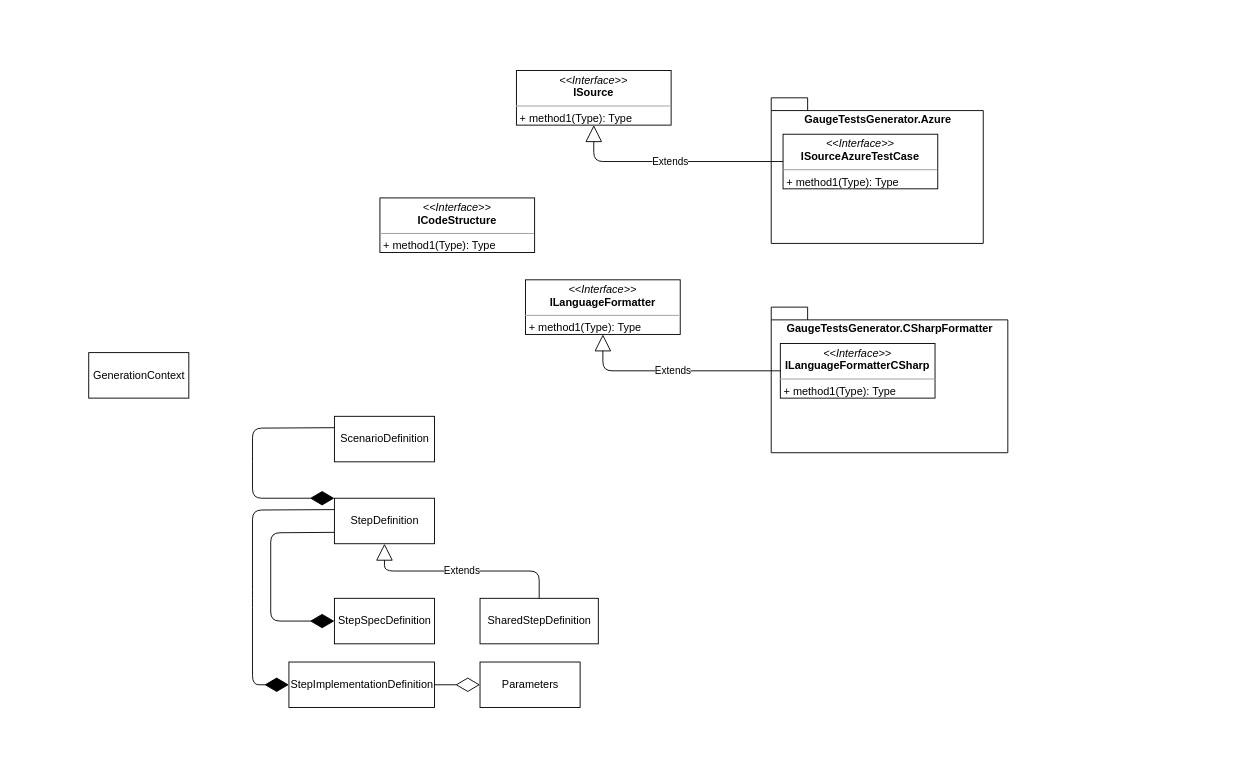
ggimenes/gauge-tests-generator keeps this draw.io diagram as generator-class-diagram.drawio. Above is the earlier version. Source tidied: cells renumbered, new cells numbered last; positions are measured from the earlier drawing's top-left corner, leaving out a move shared by most shapes. Both pictures are drawn from the tidied source at 91%, with x=0, y=0 at pixel (88, 70).
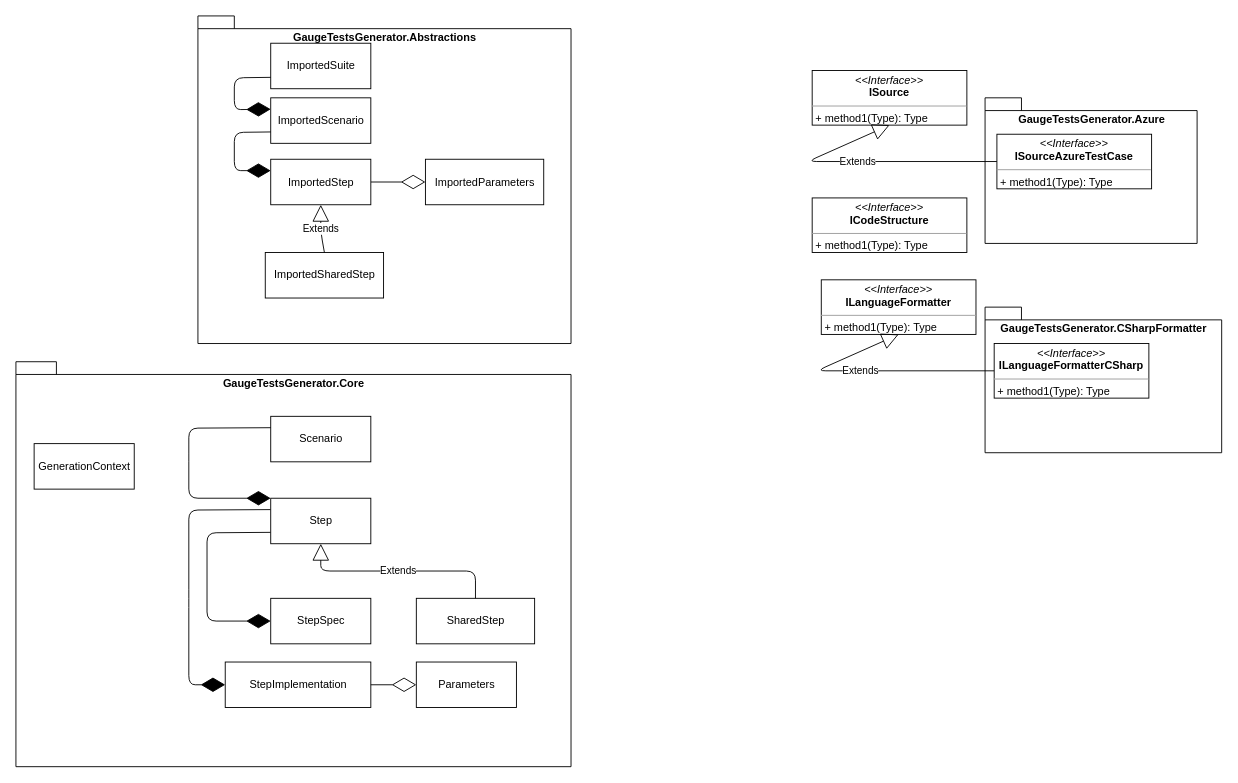
The same page after the edit.

Commit message (it also covers changes not shown here):
Updating system context diagram

The edit, as a diff of the source:
```diff
@@
+    <mxCell id="23" value="GaugeTestsGenerator.Abstractions" style="shape=folder;fontStyle=1;spacingTop=10;tabWidth=40;tabHeight=14;tabPosition=left;html=1;verticalAlign=top;sketch=0;shadow=0;" parent="1" vertex="1">
+      <mxGeometry x="120" y="-60" width="410" height="360" as="geometry" />
+    </mxCell>
     <mxCell id="2" value="GaugeTestsGenerator.CSharpFormatter" style="shape=folder;fontStyle=1;spacingTop=10;tabWidth=40;tabHeight=14;tabPosition=left;html=1;verticalAlign=top;" parent="1" vertex="1">
-      <mxGeometry x="750" y="260" width="260" height="160" as="geometry" />
+      <mxGeometry x="985" y="260" width="260" height="160" as="geometry" />
     </mxCell>
     <mxCell id="3" value="&lt;p style=&quot;margin: 0px ; margin-top: 4px ; text-align: center&quot;&gt;&lt;i&gt;&amp;lt;&amp;lt;Interface&amp;gt;&amp;gt;&lt;/i&gt;&lt;br&gt;&lt;b&gt;ISource&lt;/b&gt;&lt;/p&gt;&lt;hr size=&quot;1&quot;&gt;&lt;p style=&quot;margin: 0px ; margin-left: 4px&quot;&gt;&lt;/p&gt;&lt;p style=&quot;margin: 0px ; margin-left: 4px&quot;&gt;+ method1(Type): Type&lt;/p&gt;" style="verticalAlign=top;align=left;overflow=fill;fontSize=12;fontFamily=Helvetica;html=1;" parent="1" vertex="1">
-      <mxGeometry x="470" width="170" height="60" as="geometry" />
+      <mxGeometry x="795" width="170" height="60" as="geometry" />
     </mxCell>
     <mxCell id="4" value="&lt;p style=&quot;margin: 0px ; margin-top: 4px ; text-align: center&quot;&gt;&lt;i&gt;&amp;lt;&amp;lt;Interface&amp;gt;&amp;gt;&lt;/i&gt;&lt;br&gt;&lt;b&gt;ILanguageFormatter&lt;/b&gt;&lt;/p&gt;&lt;hr size=&quot;1&quot;&gt;&lt;p style=&quot;margin: 0px ; margin-left: 4px&quot;&gt;&lt;/p&gt;&lt;p style=&quot;margin: 0px ; margin-left: 4px&quot;&gt;+ method1(Type): Type&lt;/p&gt;" style="verticalAlign=top;align=left;overflow=fill;fontSize=12;fontFamily=Helvetica;html=1;" parent="1" vertex="1">
-      <mxGeometry x="480" y="230" width="170" height="60" as="geometry" />
+      <mxGeometry x="805" y="230" width="170" height="60" as="geometry" />
     </mxCell>
     <mxCell id="5" value="&lt;p style=&quot;margin: 0px ; margin-top: 4px ; text-align: center&quot;&gt;&lt;i&gt;&amp;lt;&amp;lt;Interface&amp;gt;&amp;gt;&lt;/i&gt;&lt;br&gt;&lt;b&gt;ILanguageFormatterCSharp&lt;/b&gt;&lt;/p&gt;&lt;hr size=&quot;1&quot;&gt;&lt;p style=&quot;margin: 0px ; margin-left: 4px&quot;&gt;&lt;/p&gt;&lt;p style=&quot;margin: 0px ; margin-left: 4px&quot;&gt;+ method1(Type): Type&lt;/p&gt;" style="verticalAlign=top;align=left;overflow=fill;fontSize=12;fontFamily=Helvetica;html=1;" parent="1" vertex="1">
-      <mxGeometry x="760" y="300" width="170" height="60" as="geometry" />
+      <mxGeometry x="995" y="300" width="170" height="60" as="geometry" />
     </mxCell>
     <mxCell id="6" value="GaugeTestsGenerator.Azure" style="shape=folder;fontStyle=1;spacingTop=10;tabWidth=40;tabHeight=14;tabPosition=left;html=1;verticalAlign=top;" parent="1" vertex="1">
-      <mxGeometry x="750" y="30" width="233" height="160" as="geometry" />
+      <mxGeometry x="985" y="30" width="233" height="160" as="geometry" />
     </mxCell>
     <mxCell id="7" value="&lt;p style=&quot;margin: 0px ; margin-top: 4px ; text-align: center&quot;&gt;&lt;i&gt;&amp;lt;&amp;lt;Interface&amp;gt;&amp;gt;&lt;/i&gt;&lt;br&gt;&lt;b&gt;ISourceAzureTestCase&lt;/b&gt;&lt;/p&gt;&lt;hr size=&quot;1&quot;&gt;&lt;p style=&quot;margin: 0px ; margin-left: 4px&quot;&gt;&lt;/p&gt;&lt;p style=&quot;margin: 0px ; margin-left: 4px&quot;&gt;+ method1(Type): Type&lt;/p&gt;" style="verticalAlign=top;align=left;overflow=fill;fontSize=12;fontFamily=Helvetica;html=1;" parent="1" vertex="1">
-      <mxGeometry x="763" y="70" width="170" height="60" as="geometry" />
+      <mxGeometry x="998" y="70" width="170" height="60" as="geometry" />
     </mxCell>
     <mxCell id="8" value="&lt;p style=&quot;margin: 0px ; margin-top: 4px ; text-align: center&quot;&gt;&lt;i&gt;&amp;lt;&amp;lt;Interface&amp;gt;&amp;gt;&lt;/i&gt;&lt;br&gt;&lt;b&gt;ICodeStructure&lt;/b&gt;&lt;/p&gt;&lt;hr size=&quot;1&quot;&gt;&lt;p style=&quot;margin: 0px ; margin-left: 4px&quot;&gt;&lt;/p&gt;&lt;p style=&quot;margin: 0px ; margin-left: 4px&quot;&gt;+ method1(Type): Type&lt;/p&gt;" style="verticalAlign=top;align=left;overflow=fill;fontSize=12;fontFamily=Helvetica;html=1;" parent="1" vertex="1">
-      <mxGeometry x="320" y="140" width="170" height="60" as="geometry" />
+      <mxGeometry x="795" y="140" width="170" height="60" as="geometry" />
     </mxCell>
-    <mxCell id="9" value="StepSpecDefinition" style="html=1;" parent="1" vertex="1">
-      <mxGeometry x="270" y="580" width="110" height="50" as="geometry" />
-    </mxCell>
+    <mxCell id="14" value="Extends" style="endArrow=block;endSize=16;endFill=0;html=1;entryX=0.5;entryY=1;entryDx=0;entryDy=0;exitX=0;exitY=0.5;exitDx=0;exitDy=0;" parent="1" edge="1" source="5" target="4">
+      <mxGeometry relative="1" as="geometry">
+        <Array as="points">
+          <mxPoint x="800" y="330" />
+        </Array>
+      </mxGeometry>
+    </mxCell>
+    <mxCell id="15" value="Extends" style="endArrow=block;endSize=16;endFill=0;html=1;exitX=0;exitY=0.5;exitDx=0;exitDy=0;entryX=0.5;entryY=1;entryDx=0;entryDy=0;" parent="1" edge="1" source="7" target="3">
+      <mxGeometry relative="1" as="geometry">
+        <Array as="points">
+          <mxPoint x="790" y="100" />
+        </Array>
+      </mxGeometry>
+    </mxCell>
-    <mxCell id="10" value="ScenarioDefinition" style="html=1;" parent="1" vertex="1">
-      <mxGeometry x="270" y="380" width="110" height="50" as="geometry" />
+    <mxCell id="10" value="ImportedScenario" style="html=1;" parent="1" vertex="1">
+      <mxGeometry x="200" y="30" width="110" height="50" as="geometry" />
     </mxCell>
-    <mxCell id="11" value="SharedStepDefinition" style="html=1;" parent="1" vertex="1">
-      <mxGeometry x="430" y="580" width="130" height="50" as="geometry" />
+    <mxCell id="11" value="ImportedSharedStep" style="html=1;" parent="1" vertex="1">
+      <mxGeometry x="194" y="200" width="130" height="50" as="geometry" />
     </mxCell>
-    <mxCell id="12" value="StepImplementationDefinition" style="html=1;" parent="1" vertex="1">
-      <mxGeometry x="220" y="650" width="160" height="50" as="geometry" />
-    </mxCell>
-    <mxCell id="13" value="Parameters" style="html=1;" parent="1" vertex="1">
-      <mxGeometry x="430" y="650" width="110" height="50" as="geometry" />
+    <mxCell id="13" value="ImportedParameters" style="html=1;" parent="1" vertex="1">
+      <mxGeometry x="370" y="97.5" width="130" height="50" as="geometry" />
     </mxCell>
-    <mxCell id="14" value="Extends" style="endArrow=block;endSize=16;endFill=0;html=1;entryX=0.5;entryY=1;entryDx=0;entryDy=0;exitX=0;exitY=0.5;exitDx=0;exitDy=0;" parent="1" edge="1" source="5" target="4">
-      <mxGeometry relative="1" as="geometry">
-        <Array as="points">
-          <mxPoint x="565" y="330" />
-        </Array>
-      </mxGeometry>
-    </mxCell>
-    <mxCell id="15" value="Extends" style="endArrow=block;endSize=16;endFill=0;html=1;exitX=0;exitY=0.5;exitDx=0;exitDy=0;entryX=0.5;entryY=1;entryDx=0;entryDy=0;" parent="1" edge="1" source="7" target="3">
-      <mxGeometry relative="1" as="geometry">
-        <Array as="points">
-          <mxPoint x="555" y="100" />
-        </Array>
-      </mxGeometry>
-    </mxCell>
-    <mxCell id="16" style="endArrow=diamondThin;endFill=0;endSize=24;html=1;entryX=0;entryY=0.5;entryDx=0;entryDy=0;exitX=1;exitY=0.5;exitDx=0;exitDy=0;" parent="1" edge="1" source="12" target="13">
+    <mxCell id="16" style="endArrow=diamondThin;endFill=0;endSize=24;html=1;entryX=0;entryY=0.5;entryDx=0;entryDy=0;exitX=1;exitY=0.5;exitDx=0;exitDy=0;" parent="1" edge="1" source="19" target="13">
       <mxGeometry relative="1" as="geometry" />
     </mxCell>
-    <mxCell id="17" style="endArrow=diamondThin;endFill=1;endSize=24;html=1;exitX=0;exitY=0.75;exitDx=0;exitDy=0;entryX=0;entryY=0.5;entryDx=0;entryDy=0;" parent="1" edge="1" source="19" target="9">
-      <mxGeometry relative="1" as="geometry">
-        <Array as="points">
-          <mxPoint x="200" y="508" />
-          <mxPoint x="200" y="605" />
-        </Array>
-      </mxGeometry>
-    </mxCell>
-    <mxCell id="18" style="endArrow=diamondThin;endFill=1;endSize=24;html=1;exitX=0;exitY=0.25;exitDx=0;exitDy=0;entryX=0;entryY=0.5;entryDx=0;entryDy=0;" parent="1" edge="1" source="19" target="12">
-      <mxGeometry relative="1" as="geometry">
-        <Array as="points">
-          <mxPoint x="180" y="483" />
-          <mxPoint x="180" y="580" />
-          <mxPoint x="180" y="675" />
-        </Array>
-      </mxGeometry>
-    </mxCell>
-    <mxCell id="19" value="StepDefinition" style="html=1;" parent="1" vertex="1">
-      <mxGeometry x="270" y="470" width="110" height="50" as="geometry" />
+    <mxCell id="19" value="ImportedStep" style="html=1;" parent="1" vertex="1">
+      <mxGeometry x="200" y="97.5" width="110" height="50" as="geometry" />
     </mxCell>
     <mxCell id="20" value="Extends" style="endArrow=block;endSize=16;endFill=0;html=1;entryX=0.5;entryY=1;entryDx=0;entryDy=0;exitX=0.5;exitY=0;exitDx=0;exitDy=0;" parent="1" edge="1" source="11" target="19">
       <mxGeometry relative="1" as="geometry">
         <Array as="points">
-          <mxPoint x="495" y="550" />
-          <mxPoint x="325" y="550" />
+          <mxPoint x="255" y="177.5" />
         </Array>
       </mxGeometry>
     </mxCell>
-    <mxCell id="21" style="endArrow=diamondThin;endFill=1;endSize=24;html=1;exitX=0;exitY=0.25;exitDx=0;exitDy=0;entryX=0;entryY=0;entryDx=0;entryDy=0;" parent="1" edge="1" source="10" target="19">
+    <mxCell id="21" style="endArrow=diamondThin;endFill=1;endSize=24;html=1;exitX=0;exitY=0.75;exitDx=0;exitDy=0;entryX=0;entryY=0.25;entryDx=0;entryDy=0;" parent="1" edge="1" source="10" target="19">
       <mxGeometry relative="1" as="geometry">
         <Array as="points">
-          <mxPoint x="180" y="393" />
-          <mxPoint x="180" y="420" />
-          <mxPoint x="180" y="470" />
+          <mxPoint x="160" y="68" />
+          <mxPoint x="160" y="110" />
         </Array>
       </mxGeometry>
     </mxCell>
+    <mxCell id="24" value="GaugeTestsGenerator.Core" style="shape=folder;fontStyle=1;spacingTop=10;tabWidth=40;tabHeight=14;tabPosition=left;html=1;verticalAlign=top;" parent="1" vertex="1">
+      <mxGeometry x="-80" y="320" width="610" height="445" as="geometry" />
+    </mxCell>
     <mxCell id="22" value="GenerationContext" style="html=1;" parent="1" vertex="1">
-      <mxGeometry y="310" width="110" height="50" as="geometry" />
+      <mxGeometry x="-60" y="410" width="110" height="50" as="geometry" />
     </mxCell>
+    <mxCell id="25" value="StepSpec" style="html=1;" parent="1" vertex="1">
+      <mxGeometry x="200" y="580" width="110" height="50" as="geometry" />
+    </mxCell>
+    <mxCell id="26" value="Scenario" style="html=1;" parent="1" vertex="1">
+      <mxGeometry x="200" y="380" width="110" height="50" as="geometry" />
+    </mxCell>
+    <mxCell id="27" value="SharedStep" style="html=1;" parent="1" vertex="1">
+      <mxGeometry x="360" y="580" width="130" height="50" as="geometry" />
+    </mxCell>
+    <mxCell id="28" value="StepImplementation" style="html=1;" parent="1" vertex="1">
+      <mxGeometry x="150" y="650" width="160" height="50" as="geometry" />
+    </mxCell>
+    <mxCell id="29" value="Parameters" style="html=1;" parent="1" vertex="1">
+      <mxGeometry x="360" y="650" width="110" height="50" as="geometry" />
+    </mxCell>
+    <mxCell id="30" style="endArrow=diamondThin;endFill=0;endSize=24;html=1;entryX=0;entryY=0.5;entryDx=0;entryDy=0;exitX=1;exitY=0.5;exitDx=0;exitDy=0;" parent="1" edge="1" source="28" target="29">
+      <mxGeometry relative="1" as="geometry" />
+    </mxCell>
+    <mxCell id="31" style="endArrow=diamondThin;endFill=1;endSize=24;html=1;exitX=0;exitY=0.75;exitDx=0;exitDy=0;entryX=0;entryY=0.5;entryDx=0;entryDy=0;" parent="1" edge="1" source="33" target="25">
+      <mxGeometry relative="1" as="geometry">
+        <Array as="points">
+          <mxPoint x="130" y="508" />
+          <mxPoint x="130" y="605" />
+        </Array>
+      </mxGeometry>
+    </mxCell>
+    <mxCell id="32" style="endArrow=diamondThin;endFill=1;endSize=24;html=1;exitX=0;exitY=0.25;exitDx=0;exitDy=0;entryX=0;entryY=0.5;entryDx=0;entryDy=0;" parent="1" edge="1" source="33" target="28">
+      <mxGeometry relative="1" as="geometry">
+        <Array as="points">
+          <mxPoint x="110" y="483" />
+          <mxPoint x="110" y="580" />
+          <mxPoint x="110" y="675" />
+        </Array>
+      </mxGeometry>
+    </mxCell>
+    <mxCell id="33" value="Step" style="html=1;" parent="1" vertex="1">
+      <mxGeometry x="200" y="470" width="110" height="50" as="geometry" />
+    </mxCell>
+    <mxCell id="34" value="Extends" style="endArrow=block;endSize=16;endFill=0;html=1;entryX=0.5;entryY=1;entryDx=0;entryDy=0;exitX=0.5;exitY=0;exitDx=0;exitDy=0;" parent="1" edge="1" source="27" target="33">
+      <mxGeometry relative="1" as="geometry">
+        <Array as="points">
+          <mxPoint x="425" y="550" />
+          <mxPoint x="255" y="550" />
+        </Array>
+      </mxGeometry>
+    </mxCell>
+    <mxCell id="35" style="endArrow=diamondThin;endFill=1;endSize=24;html=1;exitX=0;exitY=0.25;exitDx=0;exitDy=0;entryX=0;entryY=0;entryDx=0;entryDy=0;" parent="1" edge="1" source="26" target="33">
+      <mxGeometry relative="1" as="geometry">
+        <Array as="points">
+          <mxPoint x="110" y="393" />
+          <mxPoint x="110" y="420" />
+          <mxPoint x="110" y="470" />
+        </Array>
+      </mxGeometry>
+    </mxCell>
+    <mxCell id="36" value="ImportedSuite" style="html=1;" parent="1" vertex="1">
+      <mxGeometry x="200" y="-30" width="110" height="50" as="geometry" />
+    </mxCell>
+    <mxCell id="37" style="endArrow=diamondThin;endFill=1;endSize=24;html=1;exitX=0;exitY=0.75;exitDx=0;exitDy=0;entryX=0;entryY=0.25;entryDx=0;entryDy=0;" parent="1" edge="1" source="36" target="10">
+      <mxGeometry relative="1" as="geometry">
+        <Array as="points">
+          <mxPoint x="160" y="8" />
+          <mxPoint x="160" y="43" />
+        </Array>
+      </mxGeometry>
+    </mxCell>
```
